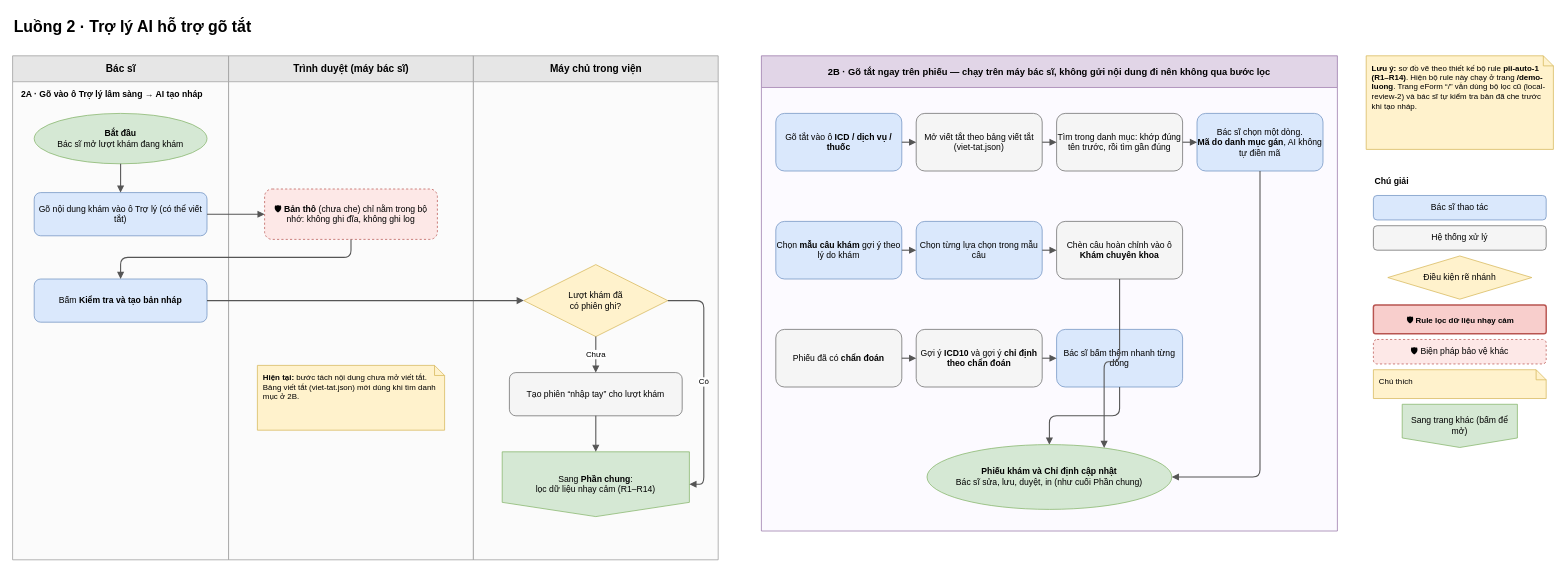
Earlier version of the draw.io diagram page "2. Gõ tắt" (2 of 3) of docs/so-do/luong-chinh.drawio (Kang8M/speech-to-navigation). Source tidied: cells renumbered, new cells numbered last; positions are measured from the earlier drawing's top-left corner, leaving out a move shared by most shapes. Both pictures are drawn from the tidied source at 72%, with x=0, y=0 at pixel (12, 12).
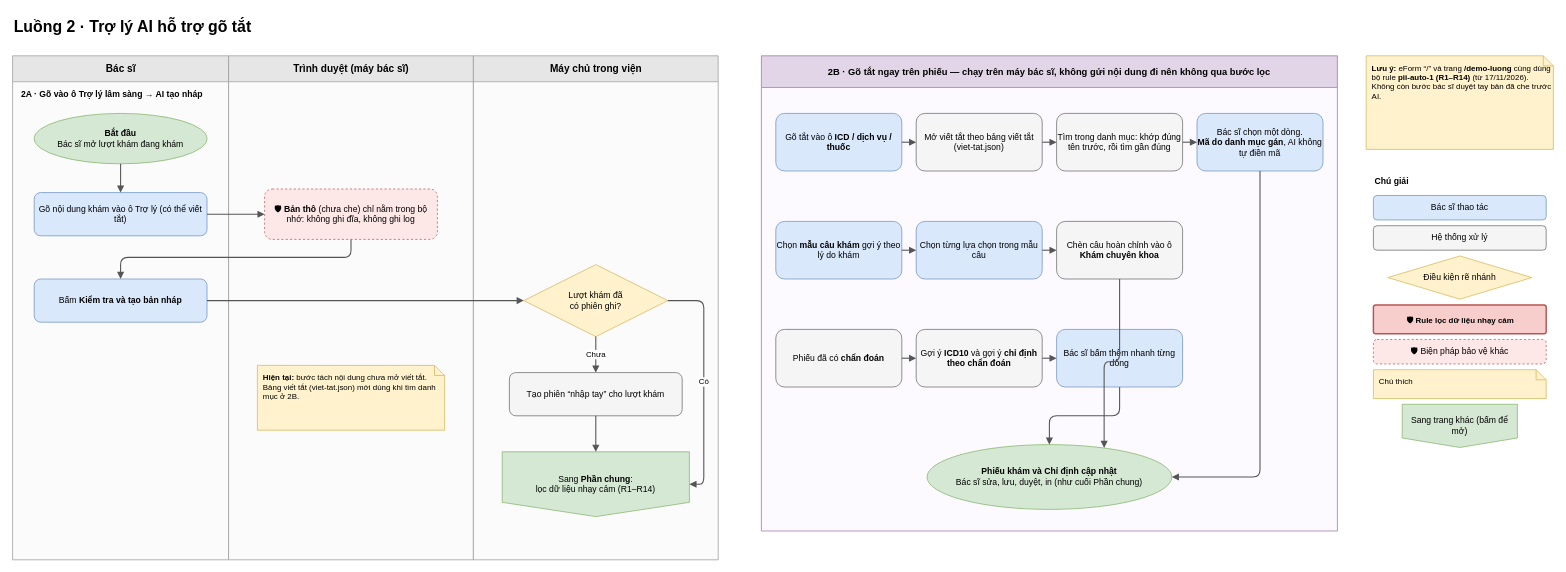
After the change.

Commit message (it also covers changes not shown here):
docs(eform-pii): chính sách dữ liệu, luồng khám và sơ đồ theo R1–R14

The edit, as a diff of the source:
```diff
@@
-    <mxCell id="44" value="&lt;b&gt;Lưu ý:&lt;/b&gt; sơ đồ vẽ theo thiết kế bộ rule &lt;b&gt;pii-auto-1 (R1–R14)&lt;/b&gt;. Hiện bộ rule này chạy ở trang &lt;b&gt;/demo-luong&lt;/b&gt;. Trang eForm “/” vẫn dùng bộ lọc cũ (local-review-2) và bác sĩ tự kiểm tra bản đã che trước khi tạo nháp." style="shape=note;whiteSpace=wrap;html=1;fillColor=#fff2cc;strokeColor=#d6b656;fontSize=11;align=left;verticalAlign=top;spacingLeft=6;spacingTop=4;size=14;" parent="1" vertex="1">
+    <mxCell id="44" value="&lt;b&gt;Lưu ý:&lt;/b&gt; eForm “/” và trang &lt;b&gt;/demo-luong&lt;/b&gt; cùng dùng bộ rule &lt;b&gt;pii-auto-1 (R1–R14)&lt;/b&gt; (từ 17/11/2026). Không còn bước bác sĩ duyệt tay bản đã che trước AI." style="shape=note;whiteSpace=wrap;html=1;fillColor=#fff2cc;strokeColor=#d6b656;fontSize=11;align=left;verticalAlign=top;spacingLeft=6;spacingTop=4;size=14;" parent="1" vertex="1">
       <mxGeometry x="1880" y="60" width="260" height="130" as="geometry" />
     </mxCell>
```
